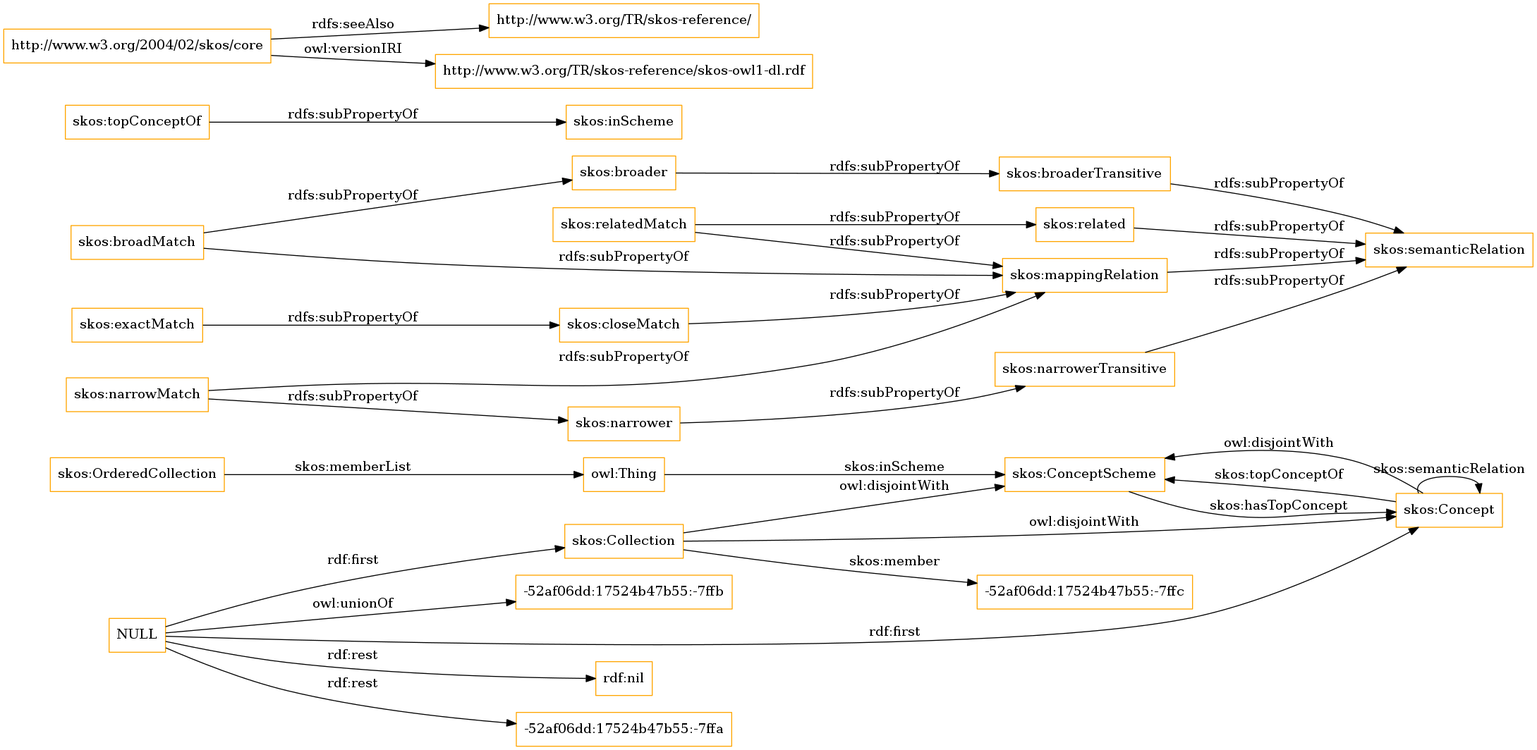
The Graphviz diagram OnToology/imports/skos.owl/diagrams/ar2dtool-class/skos.owl.png in OnToologyUser/core-ontology-1, before a commit. Its source is kept beside it as OnToology/imports/skos.owl/diagrams/ar2dtool-class/skos.owl.png.dot.
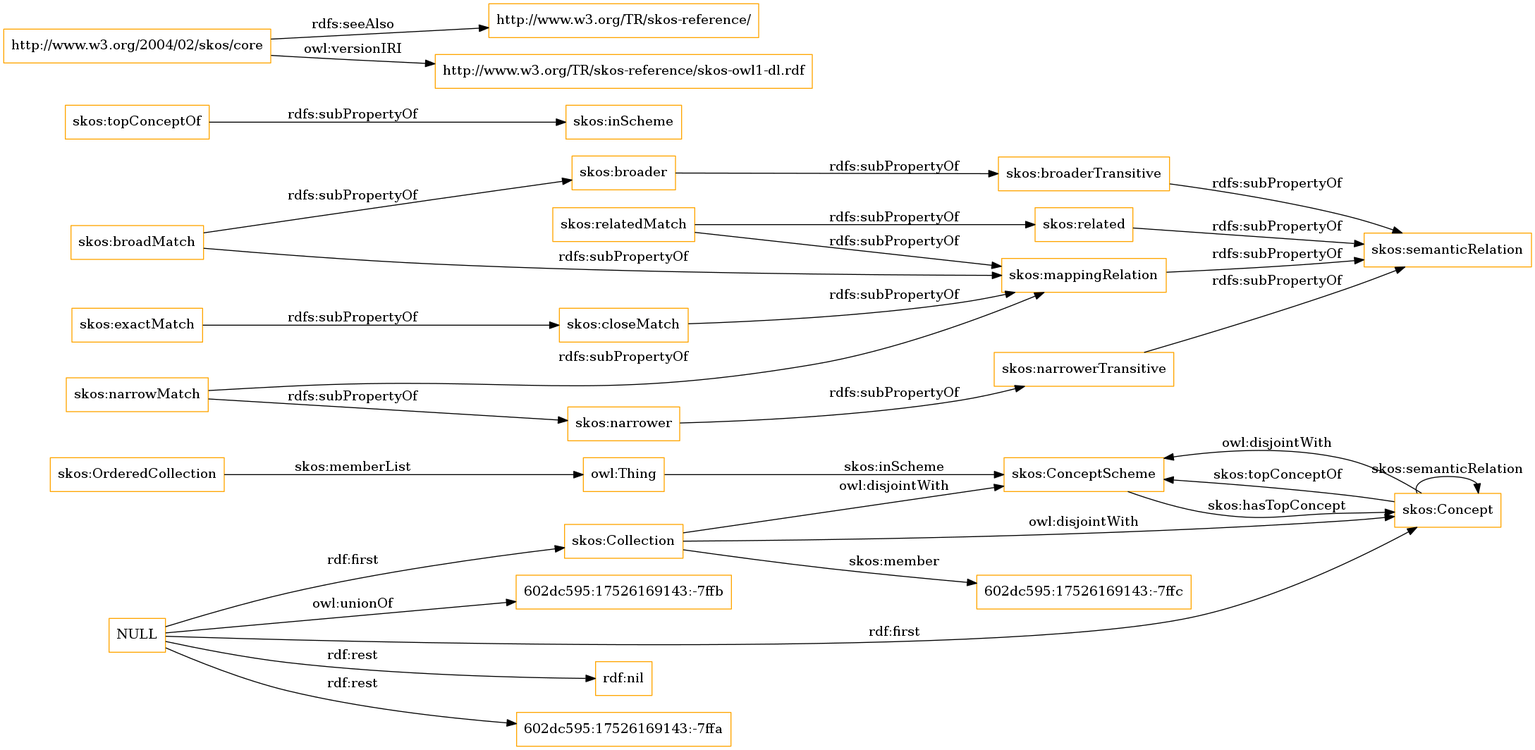
Above is the later version.

Change to the diagram source:
```diff
@@ -1,13 +1,13 @@
 digraph ar2dtool_diagram {
 rankdir=LR;
 size="1501"
-node [shape = rectangle, color="orange"]; "skos:OrderedCollection" "skos:ConceptScheme" "skos:Concept" "skos:Collection" "-52af06dd:17524b47b55:-7ffc" ; /*classes style*/
+node [shape = rectangle, color="orange"]; "skos:OrderedCollection" "skos:ConceptScheme" "skos:Concept" "skos:Collection" "602dc595:17526169143:-7ffc" ; /*classes style*/
 	"skos:narrowerTransitive" -> "skos:semanticRelation" [ label = "rdfs:subPropertyOf" ];
 	"NULL" -> "rdf:nil" [ label = "rdf:rest" ];
 	"NULL" -> "skos:Concept" [ label = "rdf:first" ];
-	"NULL" -> "-52af06dd:17524b47b55:-7ffa" [ label = "rdf:rest" ];
+	"NULL" -> "602dc595:17526169143:-7ffa" [ label = "rdf:rest" ];
 	"NULL" -> "skos:Collection" [ label = "rdf:first" ];
-	"NULL" -> "-52af06dd:17524b47b55:-7ffb" [ label = "owl:unionOf" ];
+	"NULL" -> "602dc595:17526169143:-7ffb" [ label = "owl:unionOf" ];
 	"skos:closeMatch" -> "skos:mappingRelation" [ label = "rdfs:subPropertyOf" ];
 	"skos:Concept" -> "skos:ConceptScheme" [ label = "owl:disjointWith" ];
 	"skos:relatedMatch" -> "skos:related" [ label = "rdfs:subPropertyOf" ];
@@ -30,7 +30,7 @@
 	"skos:OrderedCollection" -> "owl:Thing" [ label = "skos:memberList" ];
 	"skos:Concept" -> "skos:ConceptScheme" [ label = "skos:topConceptOf" ];
 	"skos:Concept" -> "skos:Concept" [ label = "skos:semanticRelation" ];
-	"skos:Collection" -> "-52af06dd:17524b47b55:-7ffc" [ label = "skos:member" ];
+	"skos:Collection" -> "602dc595:17526169143:-7ffc" [ label = "skos:member" ];
 	"skos:ConceptScheme" -> "skos:Concept" [ label = "skos:hasTopConcept" ];
 	"owl:Thing" -> "skos:ConceptScheme" [ label = "skos:inScheme" ];
 
```
